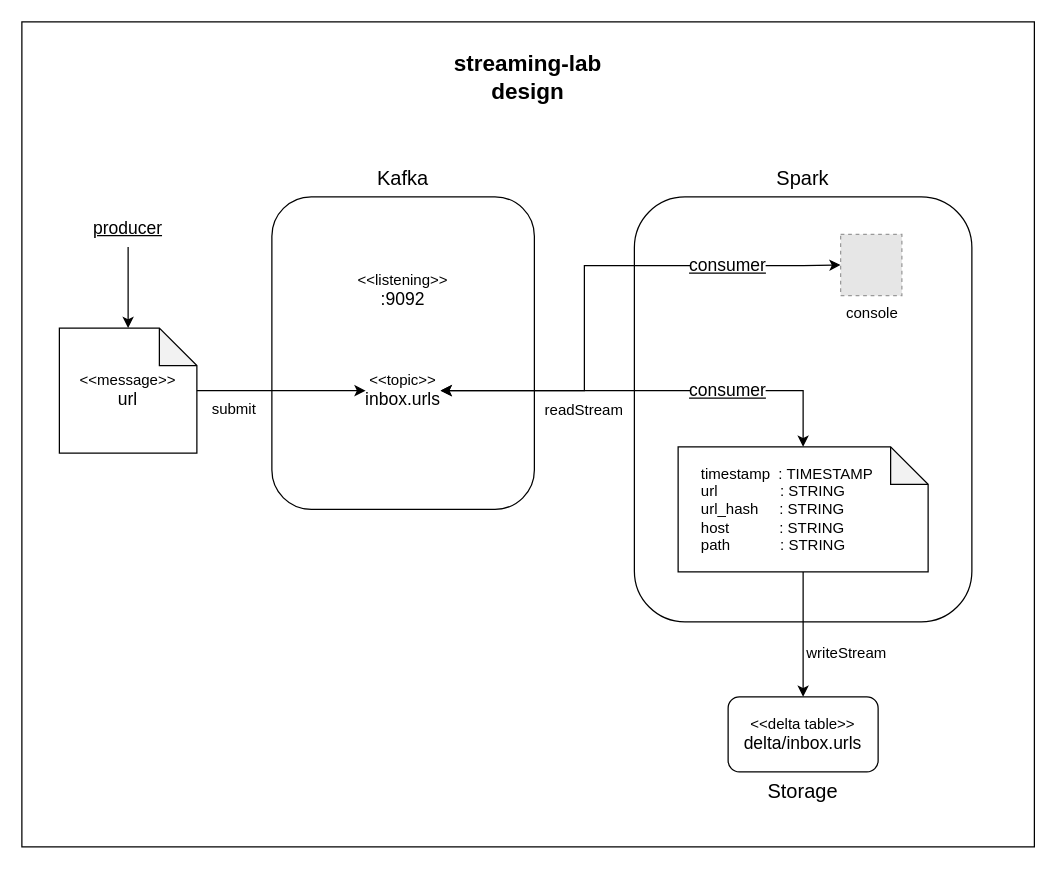
Before: design.drawio.xml in InterruptSpeed/streaming-lab, a draw.io diagram. Source tidied: cells renumbered, new cells numbered last; positions are measured from the earlier drawing's top-left corner, leaving out a move shared by most shapes. Both pictures are drawn from the tidied source at 125%, with x=0, y=0 at pixel (21, 21). Pictures stored in the file or linked from it are replaced by grey dashed boxes.
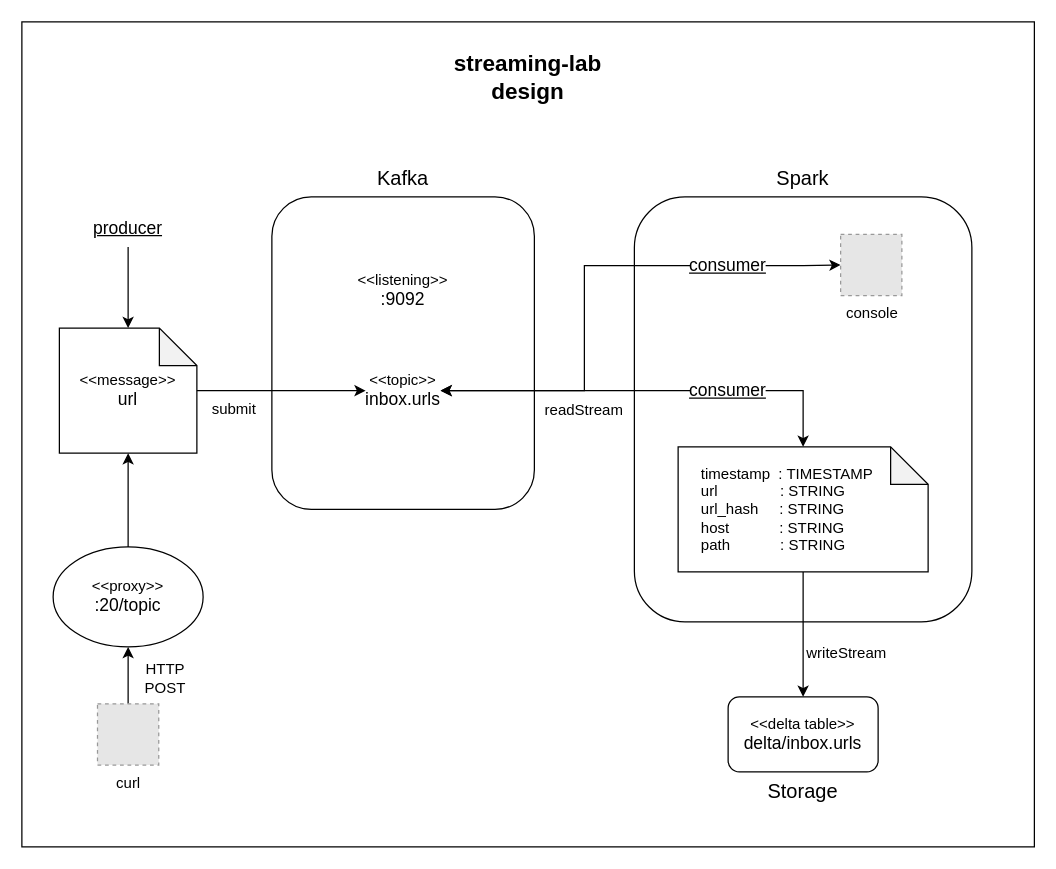
The same diagram, later.

Commit message (it also covers changes not shown here):
added simple http proxy example

The change refers to these unchanged cells:
```xml
<mxCell id="9" value="&lt;div&gt;&amp;lt;&amp;lt;message&amp;gt;&amp;gt;&lt;br&gt;&lt;/div&gt;&lt;div&gt;&lt;font style=&quot;font-size: 14px&quot;&gt;url&lt;/font&gt;&lt;/div&gt;" style="shape=note;whiteSpace=wrap;html=1;backgroundOutline=1;darkOpacity=0.05;" parent="1" vertex="1">
  <mxGeometry x="30" y="245" width="110" height="100" as="geometry" />
</mxCell>
```

The edit, as a diff of the source:
```diff
@@
+    <mxCell id="28" style="edgeStyle=orthogonalEdgeStyle;rounded=0;jettySize=auto;html=1;" parent="1" edge="1" source="29" target="31">
+      <mxGeometry relative="1" as="geometry" />
+    </mxCell>
+    <mxCell id="29" value="curl" style="fillColor=#E6E6E6;strokeColor=#999999;dashed=1;html=1;verticalAlign=top;verticalLabelPosition=bottom;labelBackgroundColor=#ffffff;" parent="1" vertex="1">
+      <mxGeometry x="60.5" y="545.5" width="49" height="49" as="geometry" />
+    </mxCell>
+    <mxCell id="30" style="edgeStyle=orthogonalEdgeStyle;rounded=0;jettySize=auto;html=1;fontSize=14;" parent="1" edge="1" source="31" target="9">
+      <mxGeometry relative="1" as="geometry" />
+    </mxCell>
+    <mxCell id="31" value="&lt;div&gt;&amp;lt;&amp;lt;proxy&amp;gt;&amp;gt;&lt;/div&gt;&lt;div&gt;&lt;font style=&quot;font-size: 14px&quot;&gt;:20/topic&lt;/font&gt;&lt;br&gt;&lt;/div&gt;" style="ellipse;whiteSpace=wrap;html=1;" parent="1" vertex="1">
+      <mxGeometry x="25" y="420" width="120" height="80" as="geometry" />
+    </mxCell>
+    <mxCell id="32" value="HTTP POST" style="text;html=1;strokeColor=none;fillColor=none;align=center;verticalAlign=middle;whiteSpace=wrap;rounded=0;" parent="1" vertex="1">
+      <mxGeometry x="85" y="510" width="60" height="30" as="geometry" />
+    </mxCell>
```
